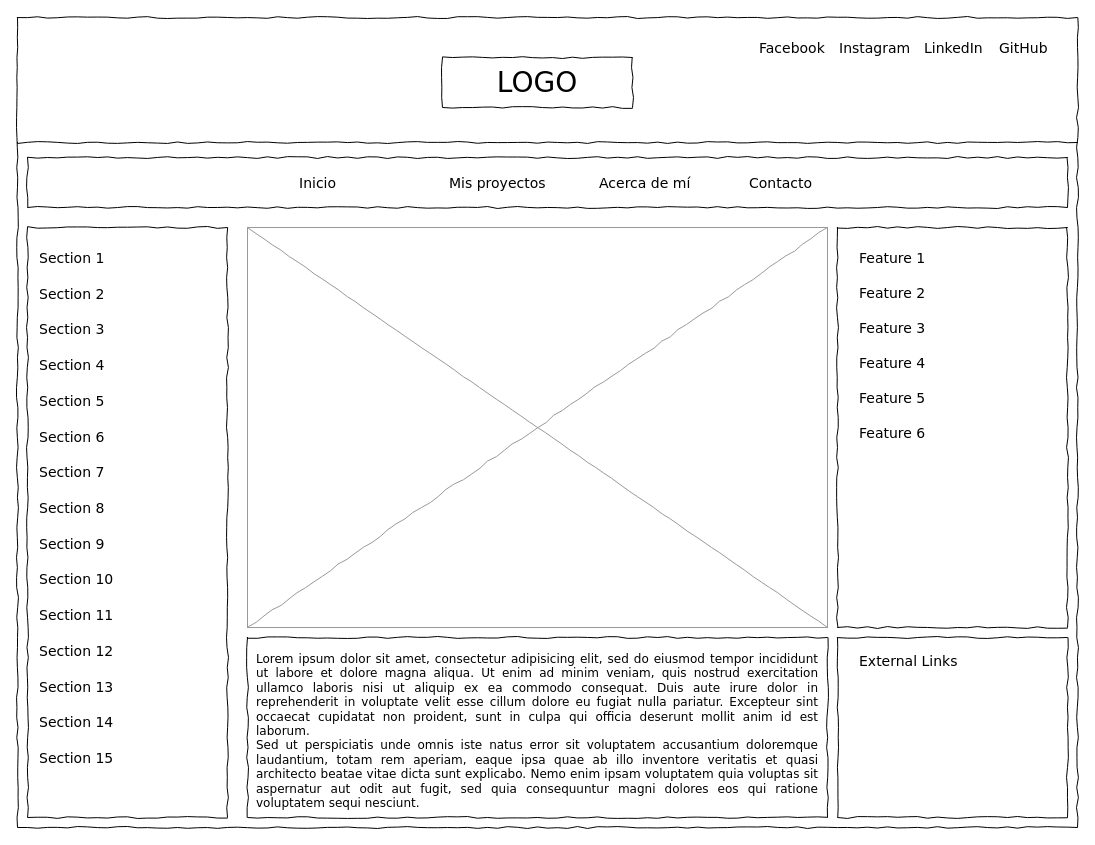
The draw.io diagram Diagrama sin título.drawio in leandrolivera/FrontEnd-YoProgramo, before the edit. Source tidied: cells renumbered, new cells numbered last; positions are measured from the earlier drawing's top-left corner, leaving out a move shared by most shapes. Both pictures are drawn from the tidied source at 100%, with x=0, y=0 at pixel (17, 17).
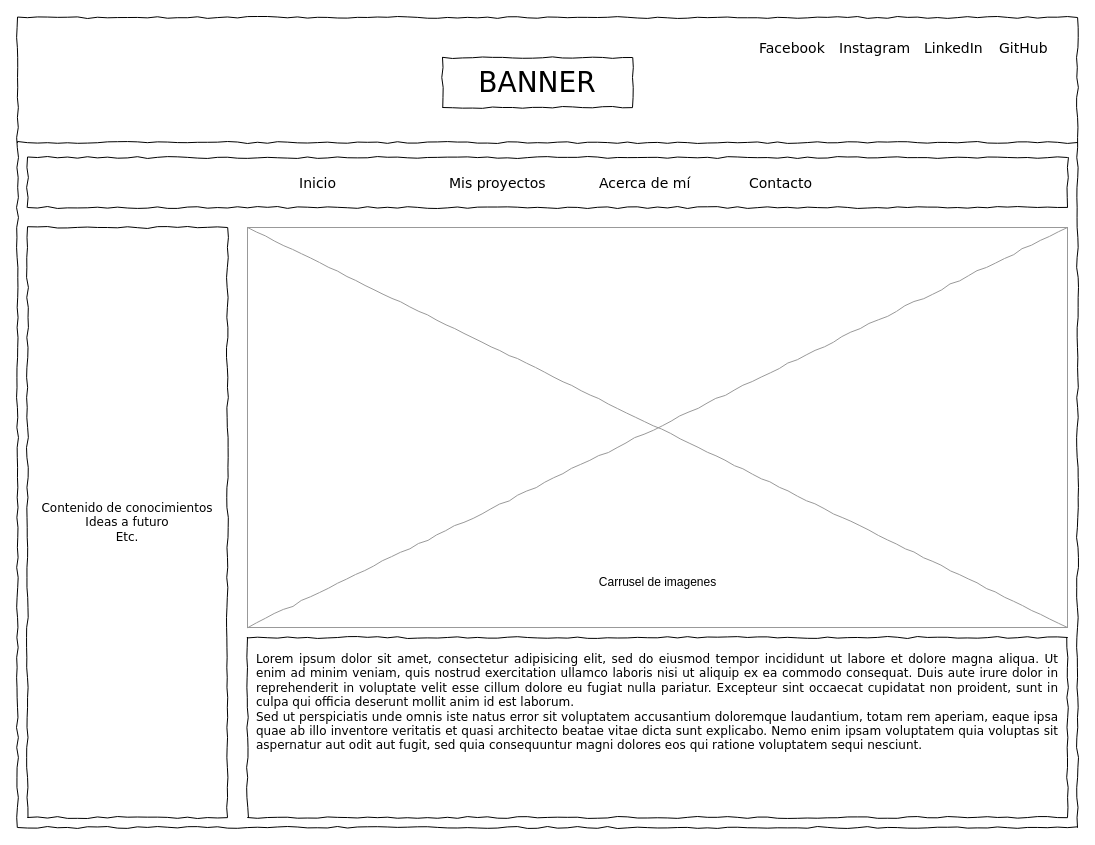
The same diagram, later.

Change to the diagram source:
```diff
@@
-    <mxCell id="3" value="LOGO" style="whiteSpace=wrap;html=1;rounded=0;shadow=0;labelBackgroundColor=none;strokeWidth=1;fontFamily=Verdana;fontSize=28;align=center;comic=1;" parent="1" vertex="1">
+    <mxCell id="3" value="BANNER" style="whiteSpace=wrap;html=1;rounded=0;shadow=0;labelBackgroundColor=none;strokeWidth=1;fontFamily=Verdana;fontSize=28;align=center;comic=1;" parent="1" vertex="1">
       <mxGeometry x="425" y="40" width="190" height="50" as="geometry" />
     </mxCell>
@@
-    <mxCell id="8" style="whiteSpace=wrap;html=1;rounded=0;shadow=0;labelBackgroundColor=none;strokeWidth=1;fillColor=none;fontFamily=Verdana;fontSize=12;align=center;comic=1;" parent="1" vertex="1">
+    <mxCell id="8" value="Contenido de conocimientos&lt;br&gt;Ideas a futuro&lt;br&gt;Etc." style="whiteSpace=wrap;html=1;rounded=0;shadow=0;labelBackgroundColor=none;strokeWidth=1;fillColor=none;fontFamily=Verdana;fontSize=12;align=center;comic=1;" parent="1" vertex="1">
       <mxGeometry x="10" y="210" width="200" height="590" as="geometry" />
     </mxCell>
@@
     <mxCell id="15" value="&lt;div style=&quot;text-align: justify&quot;&gt;&lt;span&gt;Lorem ipsum dolor sit amet, consectetur adipisicing elit, sed do eiusmod tempor incididunt ut labore et dolore magna aliqua. Ut enim ad minim veniam, quis nostrud exercitation ullamco laboris nisi ut aliquip ex ea commodo consequat. Duis aute irure dolor in reprehenderit in voluptate velit esse cillum dolore eu fugiat nulla pariatur. Excepteur sint occaecat cupidatat non proident, sunt in culpa qui officia deserunt mollit anim id est laborum.&lt;/span&gt;&lt;/div&gt;&lt;div style=&quot;text-align: justify&quot;&gt;&lt;span&gt;Sed ut perspiciatis unde omnis iste natus error sit voluptatem accusantium doloremque laudantium, totam rem aperiam, eaque ipsa quae ab illo inventore veritatis et quasi architecto beatae vitae dicta sunt explicabo. Nemo enim ipsam voluptatem quia voluptas sit aspernatur aut odit aut fugit, sed quia consequuntur magni dolores eos qui ratione voluptatem sequi nesciunt.&amp;nbsp;&lt;/span&gt;&lt;/div&gt;" style="whiteSpace=wrap;html=1;rounded=0;shadow=0;labelBackgroundColor=none;strokeWidth=1;fillColor=none;fontFamily=Verdana;fontSize=12;align=center;verticalAlign=top;spacing=10;comic=1;" parent="1" vertex="1">
-      <mxGeometry x="230" y="620" width="580" height="180" as="geometry" />
+      <mxGeometry x="230" y="620" width="820" height="180" as="geometry" />
     </mxCell>
     <mxCell id="16" style="verticalLabelPosition=bottom;shadow=0;dashed=0;align=center;html=1;verticalAlign=top;strokeWidth=1;shape=mxgraph.mockup.graphics.simpleIcon;strokeColor=#999999;rounded=0;labelBackgroundColor=none;fontFamily=Verdana;fontSize=14;fontColor=#000000;comic=1;" parent="1" vertex="1">
-      <mxGeometry x="230" y="210" width="580" height="400" as="geometry" />
+      <mxGeometry x="230" y="210" width="820" height="400" as="geometry" />
     </mxCell>
-    <mxCell id="17" style="whiteSpace=wrap;html=1;rounded=0;shadow=0;labelBackgroundColor=none;strokeWidth=1;fillColor=none;fontFamily=Verdana;fontSize=12;align=center;comic=1;" parent="1" vertex="1">
-      <mxGeometry x="820" y="210" width="230" height="400" as="geometry" />
-    </mxCell>
-    <mxCell id="18" style="whiteSpace=wrap;html=1;rounded=0;shadow=0;labelBackgroundColor=none;strokeWidth=1;fillColor=none;fontFamily=Verdana;fontSize=12;align=center;comic=1;" parent="1" vertex="1">
-      <mxGeometry x="820" y="620" width="230" height="180" as="geometry" />
-    </mxCell>
-    <mxCell id="19" value="Section 1" style="text;html=1;align=left;verticalAlign=top;spacingTop=-4;fontSize=14;fontFamily=Verdana;" parent="1" vertex="1">
-      <mxGeometry x="20" y="230" width="170" height="20" as="geometry" />
-    </mxCell>
-    <mxCell id="20" value="Section 2" style="text;html=1;align=left;verticalAlign=top;spacingTop=-4;fontSize=14;fontFamily=Verdana;" parent="1" vertex="1">
-      <mxGeometry x="20" y="266" width="170" height="20" as="geometry" />
-    </mxCell>
-    <mxCell id="21" value="Section 3" style="text;html=1;align=left;verticalAlign=top;spacingTop=-4;fontSize=14;fontFamily=Verdana;" parent="1" vertex="1">
-      <mxGeometry x="20" y="301" width="170" height="20" as="geometry" />
-    </mxCell>
-    <mxCell id="22" value="Section 4" style="text;html=1;align=left;verticalAlign=top;spacingTop=-4;fontSize=14;fontFamily=Verdana;" parent="1" vertex="1">
-      <mxGeometry x="20" y="337" width="170" height="20" as="geometry" />
-    </mxCell>
-    <mxCell id="23" value="Section 7" style="text;html=1;align=left;verticalAlign=top;spacingTop=-4;fontSize=14;fontFamily=Verdana;" parent="1" vertex="1">
-      <mxGeometry x="20" y="444" width="170" height="20" as="geometry" />
-    </mxCell>
-    <mxCell id="24" value="Section 8" style="text;html=1;align=left;verticalAlign=top;spacingTop=-4;fontSize=14;fontFamily=Verdana;" parent="1" vertex="1">
-      <mxGeometry x="20" y="480" width="170" height="20" as="geometry" />
-    </mxCell>
-    <mxCell id="25" value="Section 9" style="text;html=1;align=left;verticalAlign=top;spacingTop=-4;fontSize=14;fontFamily=Verdana;" parent="1" vertex="1">
-      <mxGeometry x="20" y="516" width="170" height="20" as="geometry" />
-    </mxCell>
-    <mxCell id="26" value="Section 10" style="text;html=1;align=left;verticalAlign=top;spacingTop=-4;fontSize=14;fontFamily=Verdana;" parent="1" vertex="1">
-      <mxGeometry x="20" y="551" width="170" height="20" as="geometry" />
-    </mxCell>
-    <mxCell id="27" value="Section 11" style="text;html=1;align=left;verticalAlign=top;spacingTop=-4;fontSize=14;fontFamily=Verdana;" parent="1" vertex="1">
-      <mxGeometry x="20" y="587" width="170" height="20" as="geometry" />
-    </mxCell>
-    <mxCell id="28" value="Section 12" style="text;html=1;align=left;verticalAlign=top;spacingTop=-4;fontSize=14;fontFamily=Verdana;" parent="1" vertex="1">
-      <mxGeometry x="20" y="623" width="170" height="20" as="geometry" />
-    </mxCell>
-    <mxCell id="29" value="Section 13" style="text;html=1;align=left;verticalAlign=top;spacingTop=-4;fontSize=14;fontFamily=Verdana;" parent="1" vertex="1">
-      <mxGeometry x="20" y="659" width="170" height="20" as="geometry" />
-    </mxCell>
-    <mxCell id="30" value="Section 14" style="text;html=1;align=left;verticalAlign=top;spacingTop=-4;fontSize=14;fontFamily=Verdana;" parent="1" vertex="1">
-      <mxGeometry x="20" y="694" width="170" height="20" as="geometry" />
-    </mxCell>
-    <mxCell id="31" value="Section 5" style="text;html=1;align=left;verticalAlign=top;spacingTop=-4;fontSize=14;fontFamily=Verdana;" parent="1" vertex="1">
-      <mxGeometry x="20" y="373" width="170" height="20" as="geometry" />
-    </mxCell>
-    <mxCell id="32" value="Section 6" style="text;html=1;align=left;verticalAlign=top;spacingTop=-4;fontSize=14;fontFamily=Verdana;" parent="1" vertex="1">
-      <mxGeometry x="20" y="409" width="170" height="20" as="geometry" />
-    </mxCell>
-    <mxCell id="33" value="Section 15" style="text;html=1;align=left;verticalAlign=top;spacingTop=-4;fontSize=14;fontFamily=Verdana;" parent="1" vertex="1">
-      <mxGeometry x="20" y="730" width="170" height="20" as="geometry" />
-    </mxCell>
-    <mxCell id="34" value="External Links" style="text;html=1;align=left;verticalAlign=top;spacingTop=-4;fontSize=14;fontFamily=Verdana;" parent="1" vertex="1">
-      <mxGeometry x="840" y="633" width="170" height="20" as="geometry" />
-    </mxCell>
-    <mxCell id="35" value="Feature 1" style="text;html=1;align=left;verticalAlign=top;spacingTop=-4;fontSize=14;fontFamily=Verdana;" parent="1" vertex="1">
-      <mxGeometry x="840" y="230" width="170" height="20" as="geometry" />
-    </mxCell>
-    <mxCell id="36" value="Feature 2" style="text;html=1;align=left;verticalAlign=top;spacingTop=-4;fontSize=14;fontFamily=Verdana;" parent="1" vertex="1">
-      <mxGeometry x="840" y="265" width="170" height="20" as="geometry" />
-    </mxCell>
-    <mxCell id="37" value="Feature 3" style="text;html=1;align=left;verticalAlign=top;spacingTop=-4;fontSize=14;fontFamily=Verdana;" parent="1" vertex="1">
-      <mxGeometry x="840" y="300" width="170" height="20" as="geometry" />
-    </mxCell>
-    <mxCell id="38" value="Feature 4" style="text;html=1;align=left;verticalAlign=top;spacingTop=-4;fontSize=14;fontFamily=Verdana;" parent="1" vertex="1">
-      <mxGeometry x="840" y="335" width="170" height="20" as="geometry" />
-    </mxCell>
-    <mxCell id="39" value="Feature 5" style="text;html=1;align=left;verticalAlign=top;spacingTop=-4;fontSize=14;fontFamily=Verdana;" parent="1" vertex="1">
-      <mxGeometry x="840" y="370" width="170" height="20" as="geometry" />
-    </mxCell>
-    <mxCell id="40" value="Feature 6" style="text;html=1;align=left;verticalAlign=top;spacingTop=-4;fontSize=14;fontFamily=Verdana;" parent="1" vertex="1">
-      <mxGeometry x="840" y="405" width="170" height="20" as="geometry" />
-    </mxCell>
+    <mxCell id="41" value="Carrusel de imagenes" style="text;html=1;align=center;verticalAlign=middle;fillColor=none;strokeColor=none;rounded=0;" parent="1" vertex="1">
+      <mxGeometry x="570" y="550" width="140" height="30" as="geometry" />
+    </mxCell>
```
